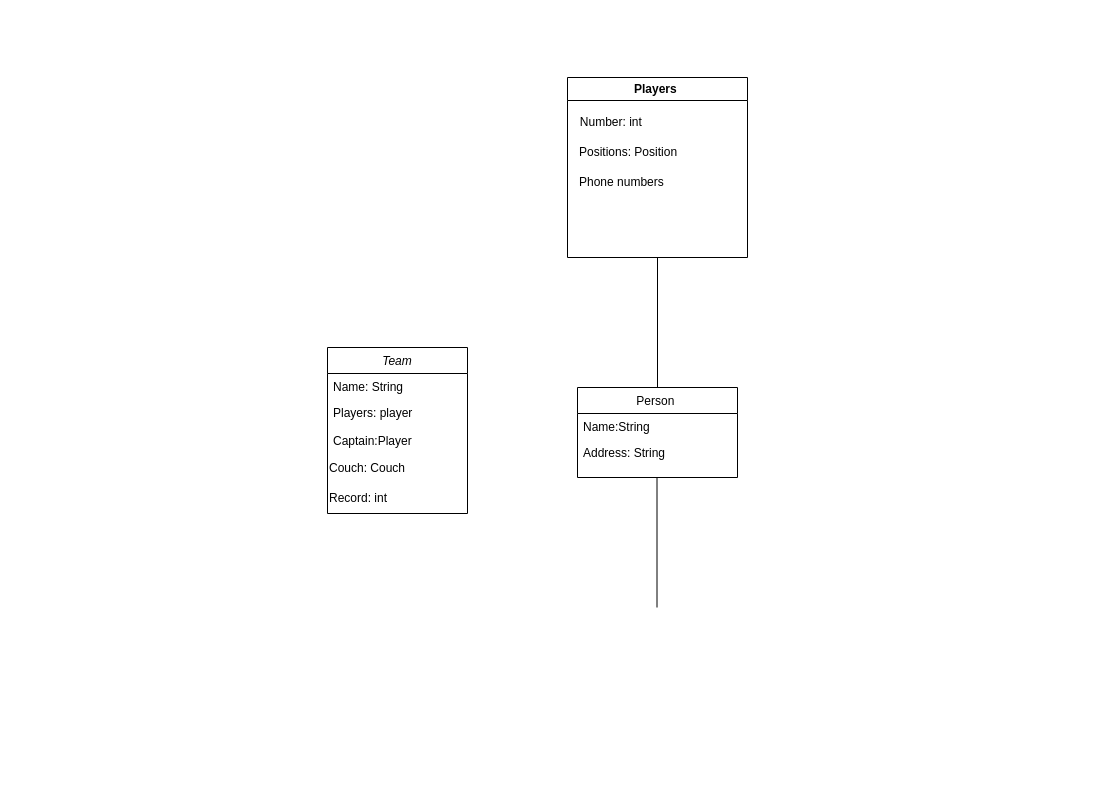
Above: HW2.drawio in IvanD1061/HW2 (draw.io), before the change. Source tidied: cells renumbered, new cells numbered last; positions are measured from the earlier drawing's top-left corner, leaving out a move shared by most shapes. Both pictures are drawn from the tidied source at 100%, with x=0, y=0 at pixel (327, 77).
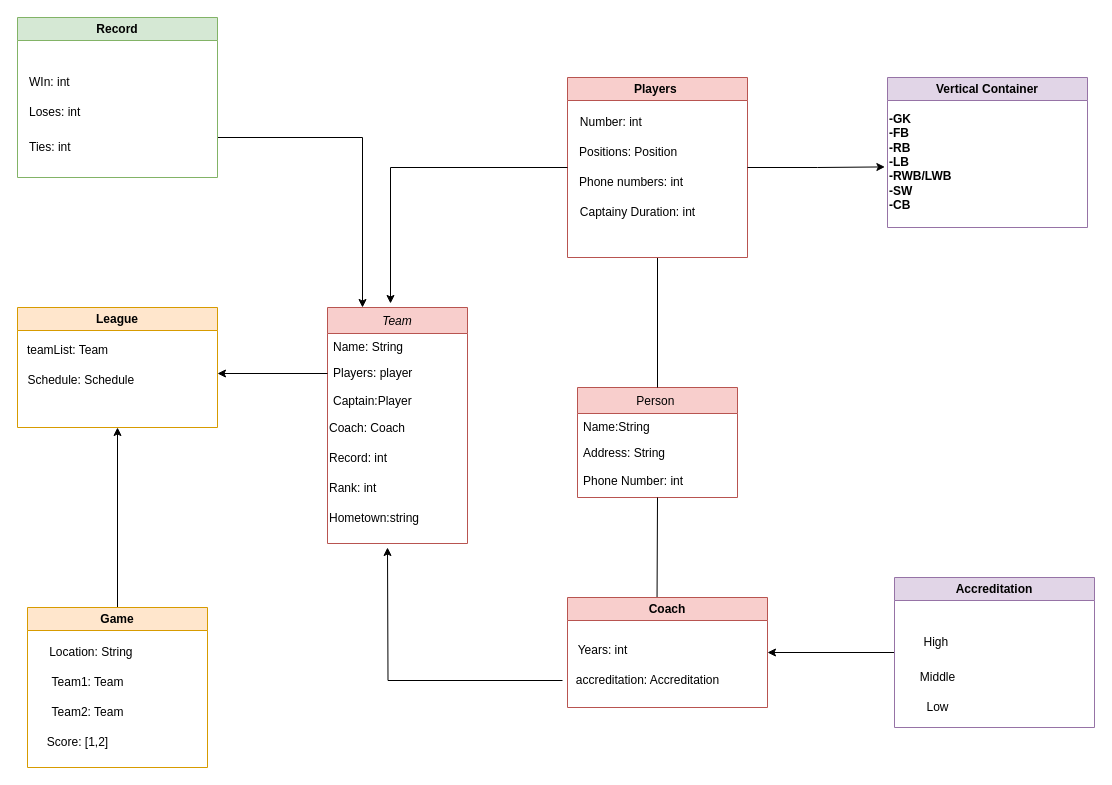
Above is the later version.

Unchanged cells that the change refers to:
```xml
<mxCell id="4" value="Players: player&#10;&#10;&#10;&#10;" style="text;align=left;verticalAlign=top;spacingLeft=4;spacingRight=4;overflow=hidden;points=[[0,0.5],[1,0.5]];portConstraint=eastwest;rounded=0;shadow=0;html=0;" parent="2" vertex="1">
  <mxGeometry y="52" width="140" height="28" as="geometry" />
</mxCell>
```

Change to the diagram source:
```diff
@@
-    <mxCell id="2" value="Team" style="swimlane;fontStyle=2;align=center;verticalAlign=top;horizontal=1;startSize=26;rounded=0;shadow=0;strokeWidth=1;" parent="1" vertex="1">
-      <mxGeometry y="270" width="140" height="166" as="geometry" />
+    <mxCell id="2" value="Team" style="swimlane;fontStyle=2;align=center;verticalAlign=top;horizontal=1;startSize=26;rounded=0;shadow=0;strokeWidth=1;fillColor=#f8cecc;strokeColor=#b85450;" parent="1" vertex="1">
+      <mxGeometry y="230" width="140" height="236" as="geometry" />
     </mxCell>
@@
+    <mxCell id="17" style="edgeStyle=orthogonalEdgeStyle;rounded=0;jettySize=auto;html=1;" parent="2" edge="1" source="4">
+      <mxGeometry relative="1" as="geometry">
+        <mxPoint x="-110" y="66" as="targetPoint" />
+      </mxGeometry>
+    </mxCell>
@@
-    <mxCell id="6" value="Couch: Couch" style="text;html=1;align=left;verticalAlign=middle;strokeColor=none;fillColor=none;" parent="2" vertex="1">
+    <mxCell id="6" value="Coach: Coach" style="text;html=1;align=left;verticalAlign=middle;strokeColor=none;fillColor=none;" parent="2" vertex="1">
       <mxGeometry y="106" width="140" height="30" as="geometry" />
     </mxCell>
@@
+    <mxCell id="18" value="Rank: int" style="text;html=1;align=left;verticalAlign=middle;strokeColor=none;fillColor=none;" parent="2" vertex="1">
+      <mxGeometry y="166" width="140" height="30" as="geometry" />
+    </mxCell>
+    <mxCell id="19" value="Hometown:string&amp;nbsp;" style="text;html=1;align=left;verticalAlign=middle;strokeColor=none;fillColor=none;" parent="2" vertex="1">
+      <mxGeometry y="196" width="140" height="30" as="geometry" />
+    </mxCell>
-    <mxCell id="8" value="Person " style="swimlane;fontStyle=0;align=center;verticalAlign=top;horizontal=1;startSize=26;rounded=0;shadow=0;strokeWidth=1;" parent="1" vertex="1">
-      <mxGeometry x="250" y="310" width="160" height="90" as="geometry" />
+    <mxCell id="8" value="Person " style="swimlane;fontStyle=0;align=center;verticalAlign=top;horizontal=1;startSize=26;rounded=0;shadow=0;strokeWidth=1;fillColor=#f8cecc;strokeColor=#b85450;" parent="1" vertex="1">
+      <mxGeometry x="250" y="310" width="160" height="110" as="geometry" />
     </mxCell>
@@
-    <mxCell id="10" value="Address: String" style="text;align=left;verticalAlign=top;spacingLeft=4;spacingRight=4;overflow=hidden;rounded=0;shadow=0;html=0;" parent="8" vertex="1">
-      <mxGeometry y="52" width="160" height="26" as="geometry" />
+    <mxCell id="10" value="Address: String&#10;&#10;Phone Number: int" style="text;align=left;verticalAlign=top;spacingLeft=4;spacingRight=4;overflow=hidden;rounded=0;shadow=0;html=0;" parent="8" vertex="1">
+      <mxGeometry y="52" width="160" height="58" as="geometry" />
     </mxCell>
@@
     <mxCell id="12" style="endArrow=none;html=1;rounded=0;exitX=0.5;exitY=0;exitDx=0;exitDy=0;" parent="1" edge="1">
       <mxGeometry relative="1" as="geometry">
         <mxPoint x="329.5" y="530" as="sourcePoint" />
-        <mxPoint x="329.5" y="400" as="targetPoint" />
+        <mxPoint x="330" y="420" as="targetPoint" />
       </mxGeometry>
     </mxCell>
-    <mxCell id="13" value="Players&amp;nbsp;" style="swimlane;whiteSpace=wrap;html=1;" parent="1" vertex="1">
+    <mxCell id="13" value="Players&amp;nbsp;" style="swimlane;whiteSpace=wrap;html=1;fillColor=#f8cecc;strokeColor=#b85450;" parent="1" vertex="1">
       <mxGeometry x="240" width="180" height="180" as="geometry" />
     </mxCell>
@@
-    <mxCell id="16" value="Phone numbers" style="text;html=1;align=left;verticalAlign=middle;strokeColor=none;fillColor=none;" parent="13" vertex="1">
-      <mxGeometry x="10" y="90" width="110" height="30" as="geometry" />
+    <mxCell id="16" value="Phone numbers: int&lt;br&gt;" style="text;html=1;align=left;verticalAlign=middle;strokeColor=none;fillColor=none;" parent="13" vertex="1">
+      <mxGeometry x="10" y="90" width="130" height="30" as="geometry" />
     </mxCell>
+    <mxCell id="20" value="Captainy Duration: int" style="text;html=1;align=center;verticalAlign=middle;strokeColor=none;fillColor=none;" parent="13" vertex="1">
+      <mxGeometry y="120" width="140" height="30" as="geometry" />
+    </mxCell>
+    <mxCell id="21" value="Coach" style="swimlane;whiteSpace=wrap;html=1;fillColor=#f8cecc;strokeColor=#b85450;" parent="1" vertex="1">
+      <mxGeometry x="240" y="520" width="200" height="110" as="geometry" />
+    </mxCell>
+    <mxCell id="22" value="Years: int" style="text;html=1;align=center;verticalAlign=middle;strokeColor=none;fillColor=none;" parent="21" vertex="1">
+      <mxGeometry y="38" width="70" height="30" as="geometry" />
+    </mxCell>
+    <mxCell id="23" style="edgeStyle=orthogonalEdgeStyle;rounded=0;jettySize=auto;html=1;" parent="21" edge="1" source="24">
+      <mxGeometry relative="1" as="geometry">
+        <mxPoint x="-180" y="-50" as="targetPoint" />
+      </mxGeometry>
+    </mxCell>
+    <mxCell id="24" value="accreditation: Accreditation " style="text;html=1;align=center;verticalAlign=middle;points=[];strokeColor=none;fillColor=none;" parent="21" vertex="1">
+      <mxGeometry x="-5" y="68" width="170" height="30" as="geometry" />
+    </mxCell>
+    <mxCell id="25" style="edgeStyle=orthogonalEdgeStyle;rounded=0;jettySize=auto;html=1;exitX=0;exitY=0.5;exitDx=0;exitDy=0;entryX=0.45;entryY=-0.017;entryDx=0;entryDy=0;entryPerimeter=0;" parent="1" edge="1" source="13" target="2">
+      <mxGeometry relative="1" as="geometry" />
+    </mxCell>
+    <mxCell id="26" style="edgeStyle=orthogonalEdgeStyle;rounded=0;jettySize=auto;html=1;exitX=0.5;exitY=0;exitDx=0;exitDy=0;entryX=0.5;entryY=1;entryDx=0;entryDy=0;" parent="1" edge="1" source="27" target="32">
+      <mxGeometry relative="1" as="geometry" />
+    </mxCell>
+    <mxCell id="27" value="Game" style="swimlane;whiteSpace=wrap;html=1;fillColor=#ffe6cc;strokeColor=#d79b00;" parent="1" vertex="1">
+      <mxGeometry x="-300" y="530" width="180" height="160" as="geometry" />
+    </mxCell>
+    <mxCell id="28" value="Location: String&amp;nbsp;" style="text;html=1;align=center;verticalAlign=middle;strokeColor=none;fillColor=none;" parent="27" vertex="1">
+      <mxGeometry x="10" y="30" width="110" height="30" as="geometry" />
+    </mxCell>
+    <mxCell id="29" value="Team1: Team" style="text;html=1;align=center;verticalAlign=middle;strokeColor=none;fillColor=none;" parent="27" vertex="1">
+      <mxGeometry x="10" y="60" width="100" height="30" as="geometry" />
+    </mxCell>
+    <mxCell id="30" value="Team2: Team" style="text;html=1;align=center;verticalAlign=middle;strokeColor=none;fillColor=none;" parent="27" vertex="1">
+      <mxGeometry x="10" y="90" width="100" height="30" as="geometry" />
+    </mxCell>
+    <mxCell id="31" value="Score: [1,2]" style="text;html=1;align=center;verticalAlign=middle;strokeColor=none;fillColor=none;" parent="27" vertex="1">
+      <mxGeometry x="10" y="120" width="80" height="30" as="geometry" />
+    </mxCell>
+    <mxCell id="32" value="League" style="swimlane;whiteSpace=wrap;html=1;fillColor=#ffe6cc;strokeColor=#d79b00;" parent="1" vertex="1">
+      <mxGeometry x="-310" y="230" width="200" height="120" as="geometry" />
+    </mxCell>
+    <mxCell id="33" value="teamList: Team" style="text;html=1;align=center;verticalAlign=middle;strokeColor=none;fillColor=none;" parent="32" vertex="1">
+      <mxGeometry y="28" width="100" height="30" as="geometry" />
+    </mxCell>
+    <mxCell id="34" value="Schedule: Schedule&amp;nbsp;" style="text;html=1;align=center;verticalAlign=middle;strokeColor=none;fillColor=none;" parent="32" vertex="1">
+      <mxGeometry y="58" width="130" height="30" as="geometry" />
+    </mxCell>
+    <mxCell id="35" style="edgeStyle=orthogonalEdgeStyle;rounded=0;jettySize=auto;html=1;exitX=1;exitY=0.75;exitDx=0;exitDy=0;entryX=0.25;entryY=0;entryDx=0;entryDy=0;" parent="1" edge="1" source="36" target="2">
+      <mxGeometry relative="1" as="geometry" />
+    </mxCell>
+    <mxCell id="36" value="Record" style="swimlane;whiteSpace=wrap;html=1;fillColor=#d5e8d4;strokeColor=#82b366;" parent="1" vertex="1">
+      <mxGeometry x="-310" y="-60" width="200" height="160" as="geometry" />
+    </mxCell>
+    <mxCell id="37" value="WIn: int" style="text;html=1;align=left;verticalAlign=middle;strokeColor=none;fillColor=none;" parent="36" vertex="1">
+      <mxGeometry x="10" y="50" width="60" height="30" as="geometry" />
+    </mxCell>
+    <mxCell id="38" value="Loses: int&amp;nbsp;" style="text;html=1;align=left;verticalAlign=middle;strokeColor=none;fillColor=none;" parent="36" vertex="1">
+      <mxGeometry x="10" y="80" width="80" height="30" as="geometry" />
+    </mxCell>
+    <mxCell id="39" value="Ties: int" style="text;html=1;align=left;verticalAlign=middle;strokeColor=none;fillColor=none;" parent="36" vertex="1">
+      <mxGeometry x="10" y="115" width="70" height="30" as="geometry" />
+    </mxCell>
+    <mxCell id="40" value="Vertical Container" style="swimlane;whiteSpace=wrap;html=1;fillColor=#e1d5e7;strokeColor=#9673a6;" parent="1" vertex="1">
+      <mxGeometry x="560" width="200" height="150" as="geometry" />
+    </mxCell>
+    <mxCell id="41" value="-GK&lt;br&gt;-FB&lt;br&gt;-RB&lt;br&gt;-LB&lt;br&gt;-RWB/LWB&lt;br&gt;-SW&lt;br&gt;-CB&lt;br&gt;&lt;br&gt;&lt;br&gt;&lt;br&gt;&lt;br&gt;&lt;br&gt;&lt;br&gt;&lt;br&gt;" style="text;html=1;align=left;verticalAlign=middle;points=[];strokeColor=none;fillColor=none;fontStyle=1;" parent="40" vertex="1">
+      <mxGeometry y="30" width="90" height="210" as="geometry" />
+    </mxCell>
+    <mxCell id="42" style="edgeStyle=orthogonalEdgeStyle;rounded=0;jettySize=auto;html=1;exitX=1;exitY=0.5;exitDx=0;exitDy=0;entryX=-0.029;entryY=0.283;entryDx=0;entryDy=0;entryPerimeter=0;" parent="1" edge="1" source="13" target="41">
+      <mxGeometry relative="1" as="geometry" />
+    </mxCell>
+    <mxCell id="43" style="edgeStyle=orthogonalEdgeStyle;rounded=0;jettySize=auto;html=1;exitX=0;exitY=0.5;exitDx=0;exitDy=0;entryX=1;entryY=0.5;entryDx=0;entryDy=0;" parent="1" edge="1" source="44" target="21">
+      <mxGeometry relative="1" as="geometry" />
+    </mxCell>
+    <mxCell id="44" value="Accreditation" style="swimlane;whiteSpace=wrap;html=1;fillColor=#e1d5e7;strokeColor=#9673a6;" parent="1" vertex="1">
+      <mxGeometry x="567" y="500" width="200" height="150" as="geometry" />
+    </mxCell>
+    <mxCell id="45" value="Low" style="text;html=1;align=center;verticalAlign=middle;strokeColor=none;fillColor=none;" parent="44" vertex="1">
+      <mxGeometry x="18" y="115" width="50" height="30" as="geometry" />
+    </mxCell>
+    <mxCell id="46" value="Middle" style="text;html=1;align=center;verticalAlign=middle;strokeColor=none;fillColor=none;" parent="44" vertex="1">
+      <mxGeometry x="13" y="85" width="60" height="30" as="geometry" />
+    </mxCell>
+    <mxCell id="47" value="High&amp;nbsp;" style="text;html=1;align=center;verticalAlign=middle;strokeColor=none;fillColor=none;" parent="44" vertex="1">
+      <mxGeometry x="18" y="50" width="50" height="30" as="geometry" />
+    </mxCell>
```
